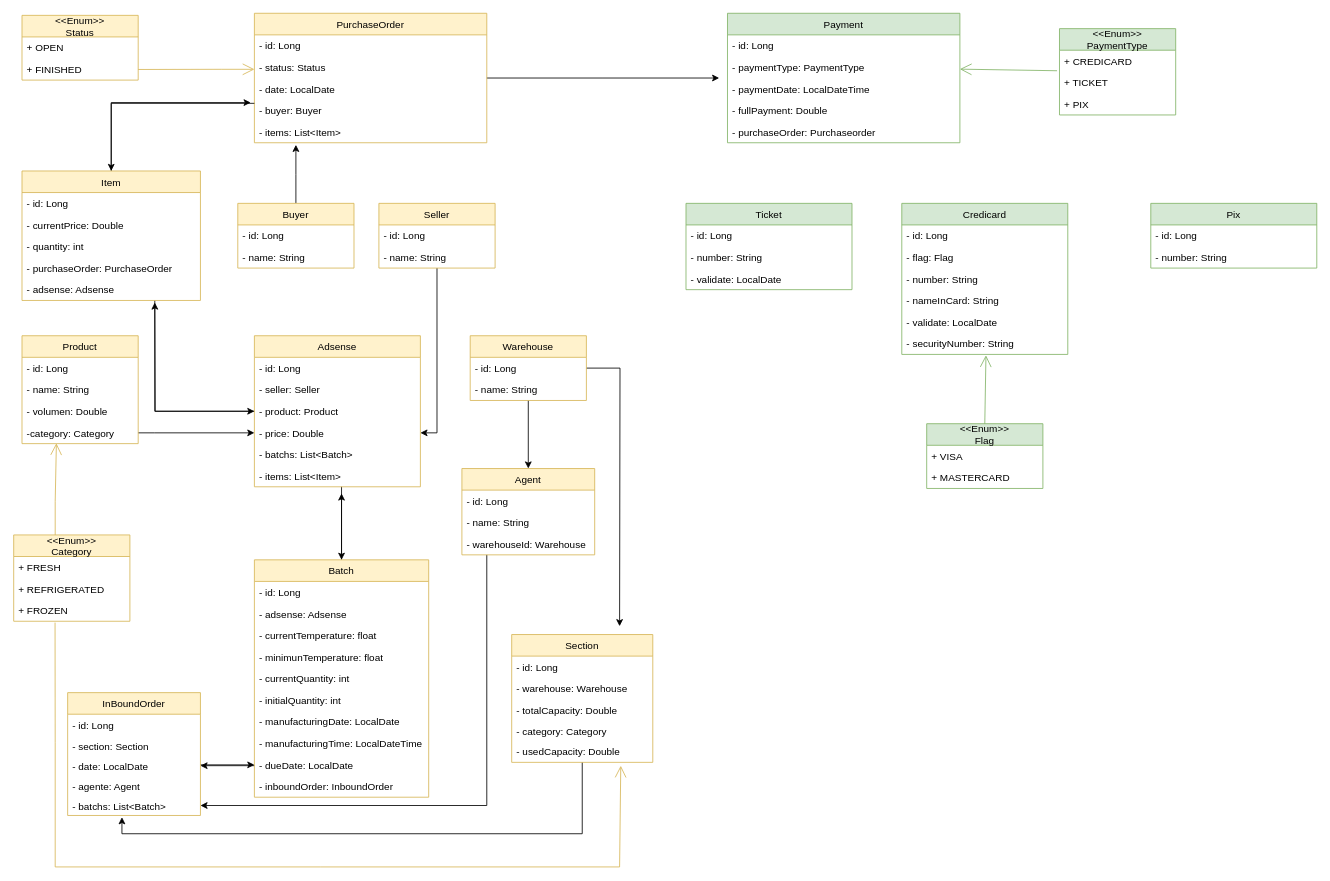
This is Docs/desafio_final_6.drawio from InajaraPereira/desafio_final, a draw.io file, before an edit. Source tidied: cells renumbered, new cells numbered last; positions are measured from the earlier drawing's top-left corner, leaving out a move shared by most shapes. Both pictures are drawn from the tidied source at 83%, with x=0, y=0 at pixel (13, 13).
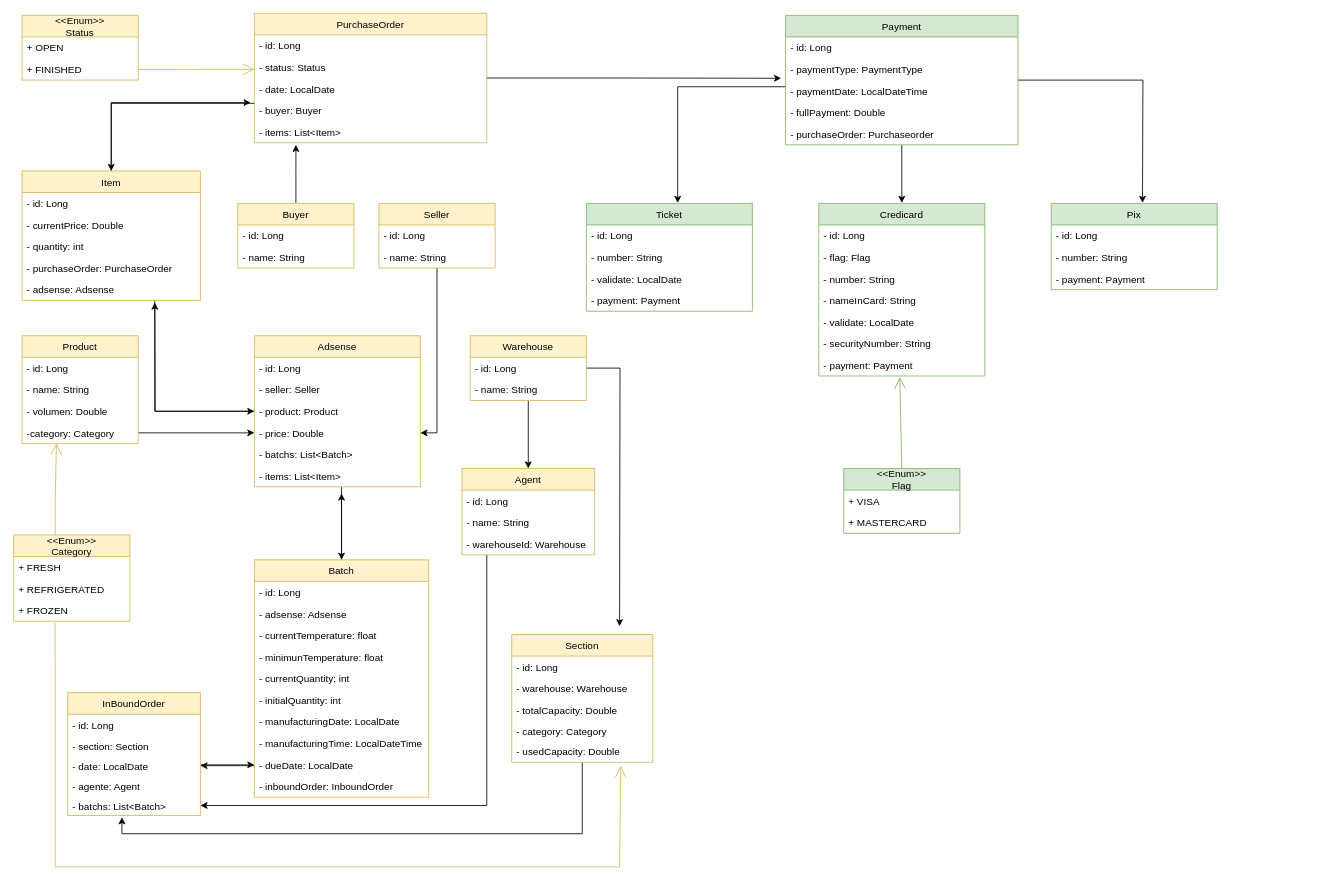
The same diagram, later.

The change refers to these unchanged cells:
```xml
<mxCell id="67" value="PurchaseOrder" style="swimlane;fontStyle=0;horizontal=1;startSize=26;fillColor=#fff2cc;strokeColor=#d6b656;" parent="1" vertex="1">
  <mxGeometry x="290" y="-0.5" width="280" height="156" as="geometry" />
</mxCell>
<mxCell id="90" value="- paymentType: PaymentType" style="text;strokeColor=none;fillColor=none;align=left;verticalAlign=top;spacingLeft=4;spacingRight=4;overflow=hidden;points=[[0,0.5],[1,0.5]];portConstraint=eastwest;" parent="88" vertex="1">
  <mxGeometry y="52" width="280" height="26" as="geometry" />
</mxCell>
<mxCell id="109" value="- securityNumber: String" style="text;strokeColor=none;fillColor=none;align=left;verticalAlign=top;spacingLeft=4;spacingRight=4;overflow=hidden;points=[[0,0.5],[1,0.5]];portConstraint=eastwest;" parent="103" vertex="1">
  <mxGeometry y="156" width="200" height="26" as="geometry" />
</mxCell>
```

What changed in the source:
```diff
@@
-    <mxCell id="66" style="edgeStyle=orthogonalEdgeStyle;rounded=0;jettySize=auto;html=1;" parent="1" edge="1" source="67">
-      <mxGeometry relative="1" as="geometry">
-        <mxPoint x="850" y="77.5" as="targetPoint" />
-      </mxGeometry>
+    <mxCell id="66" style="edgeStyle=orthogonalEdgeStyle;rounded=0;jettySize=auto;html=1;entryX=-0.019;entryY=0.916;entryDx=0;entryDy=0;entryPerimeter=0;" parent="1" edge="1" source="67" target="90">
+      <mxGeometry relative="1" as="geometry" />
     </mxCell>
@@
+    <mxCell id="117" style="edgeStyle=orthogonalEdgeStyle;rounded=0;jettySize=auto;html=1;" parent="1" edge="1" source="88">
+      <mxGeometry relative="1" as="geometry">
+        <mxPoint x="1070" y="228" as="targetPoint" />
+      </mxGeometry>
+    </mxCell>
+    <mxCell id="118" style="edgeStyle=orthogonalEdgeStyle;rounded=0;jettySize=auto;html=1;" parent="1" edge="1" source="88">
+      <mxGeometry relative="1" as="geometry">
+        <mxPoint x="1360" y="228" as="targetPoint" />
+      </mxGeometry>
+    </mxCell>
+    <mxCell id="119" style="edgeStyle=orthogonalEdgeStyle;rounded=0;jettySize=auto;html=1;" parent="1" edge="1" source="88">
+      <mxGeometry relative="1" as="geometry">
+        <mxPoint x="800" y="228" as="targetPoint" />
+        <Array as="points">
+          <mxPoint x="800" y="88" />
+        </Array>
+      </mxGeometry>
+    </mxCell>
     <mxCell id="88" value="Payment" style="swimlane;fontStyle=0;horizontal=1;startSize=26;fillColor=#d5e8d4;strokeColor=#82b366;" parent="1" vertex="1">
-      <mxGeometry x="860" y="-0.5" width="280" height="156" as="geometry" />
+      <mxGeometry x="930" y="2" width="280" height="156" as="geometry" />
     </mxCell>
@@
-    <mxCell id="94" value="&lt;&lt;Enum&gt;&gt;&#10;PaymentType" style="swimlane;fontStyle=0;horizontal=1;startSize=26;fillColor=#d5e8d4;strokeColor=#82b366;" parent="1" vertex="1">
-      <mxGeometry x="1260" y="18" width="140" height="104" as="geometry" />
-    </mxCell>
-    <mxCell id="95" value="+ CREDICARD" style="text;strokeColor=none;fillColor=none;align=left;verticalAlign=top;spacingLeft=4;spacingRight=4;overflow=hidden;points=[[0,0.5],[1,0.5]];portConstraint=eastwest;" parent="94" vertex="1">
-      <mxGeometry y="26" width="140" height="26" as="geometry" />
-    </mxCell>
-    <mxCell id="96" value="+ TICKET" style="text;strokeColor=none;fillColor=none;align=left;verticalAlign=top;spacingLeft=4;spacingRight=4;overflow=hidden;" parent="94" vertex="1">
-      <mxGeometry y="52" width="140" height="26" as="geometry" />
-    </mxCell>
-    <mxCell id="97" value="+ PIX" style="text;strokeColor=none;fillColor=none;align=left;verticalAlign=top;spacingLeft=4;spacingRight=4;overflow=hidden;" parent="94" vertex="1">
-      <mxGeometry y="78" width="140" height="26" as="geometry" />
-    </mxCell>
-    <mxCell id="98" style="endArrow=open;endFill=1;endSize=12;html=1;rounded=0;fillColor=#d5e8d4;strokeColor=#82b366;exitX=-0.021;exitY=0.951;exitDx=0;exitDy=0;exitPerimeter=0;" parent="1" edge="1" source="95" target="90">
-      <mxGeometry relative="1" as="geometry" />
-    </mxCell>
     <mxCell id="99" value="Ticket" style="swimlane;fontStyle=0;horizontal=1;startSize=26;fillColor=#d5e8d4;strokeColor=#82b366;" parent="1" vertex="1">
-      <mxGeometry x="810" y="228.5" width="200" height="104" as="geometry" />
+      <mxGeometry x="690" y="228.5" width="200" height="130" as="geometry" />
     </mxCell>
@@
+    <mxCell id="120" value="- payment: Payment" style="text;strokeColor=none;fillColor=none;align=left;verticalAlign=top;spacingLeft=4;spacingRight=4;overflow=hidden;" parent="99" vertex="1">
+      <mxGeometry y="104" width="200" height="26" as="geometry" />
+    </mxCell>
     <mxCell id="103" value="Credicard" style="swimlane;fontStyle=0;horizontal=1;startSize=26;fillColor=#d5e8d4;strokeColor=#82b366;" parent="1" vertex="1">
-      <mxGeometry x="1070" y="228.5" width="200" height="182" as="geometry" />
+      <mxGeometry x="970" y="228.5" width="200" height="208" as="geometry" />
     </mxCell>
@@
+    <mxCell id="121" value="- payment: Payment" style="text;strokeColor=none;fillColor=none;align=left;verticalAlign=top;spacingLeft=4;spacingRight=4;overflow=hidden;points=[[0,0.5],[1,0.5]];portConstraint=eastwest;" parent="103" vertex="1">
+      <mxGeometry y="182" width="200" height="26" as="geometry" />
+    </mxCell>
     <mxCell id="110" value="Pix" style="swimlane;fontStyle=0;horizontal=1;startSize=26;fillColor=#d5e8d4;strokeColor=#82b366;" parent="1" vertex="1">
-      <mxGeometry x="1370" y="228.5" width="200" height="78" as="geometry" />
+      <mxGeometry x="1250" y="228.5" width="200" height="104" as="geometry" />
     </mxCell>
@@
+    <mxCell id="122" value="- payment: Payment" style="text;strokeColor=none;fillColor=none;align=left;verticalAlign=top;spacingLeft=4;spacingRight=4;overflow=hidden;" parent="110" vertex="1">
+      <mxGeometry y="78" width="200" height="26" as="geometry" />
+    </mxCell>
     <mxCell id="113" value="&lt;&lt;Enum&gt;&gt;&#10;Flag" style="swimlane;fontStyle=0;horizontal=1;startSize=26;fillColor=#d5e8d4;strokeColor=#82b366;" parent="1" vertex="1">
-      <mxGeometry x="1100" y="494" width="140" height="78" as="geometry" />
+      <mxGeometry x="1000" y="548" width="140" height="78" as="geometry" />
     </mxCell>
@@
-    <mxCell id="116" style="endArrow=open;endFill=1;endSize=12;html=1;rounded=0;fillColor=#d5e8d4;strokeColor=#82b366;exitX=0.5;exitY=0;exitDx=0;exitDy=0;entryX=0.507;entryY=1.04;entryDx=0;entryDy=0;entryPerimeter=0;" parent="1" edge="1" source="113" target="109">
+    <mxCell id="116" style="endArrow=open;endFill=1;endSize=12;html=1;rounded=0;fillColor=#d5e8d4;strokeColor=#82b366;exitX=0.5;exitY=0;exitDx=0;exitDy=0;entryX=0.488;entryY=1.051;entryDx=0;entryDy=0;entryPerimeter=0;" parent="1" edge="1" source="113" target="121">
       <mxGeometry relative="1" as="geometry" />
     </mxCell>
```
